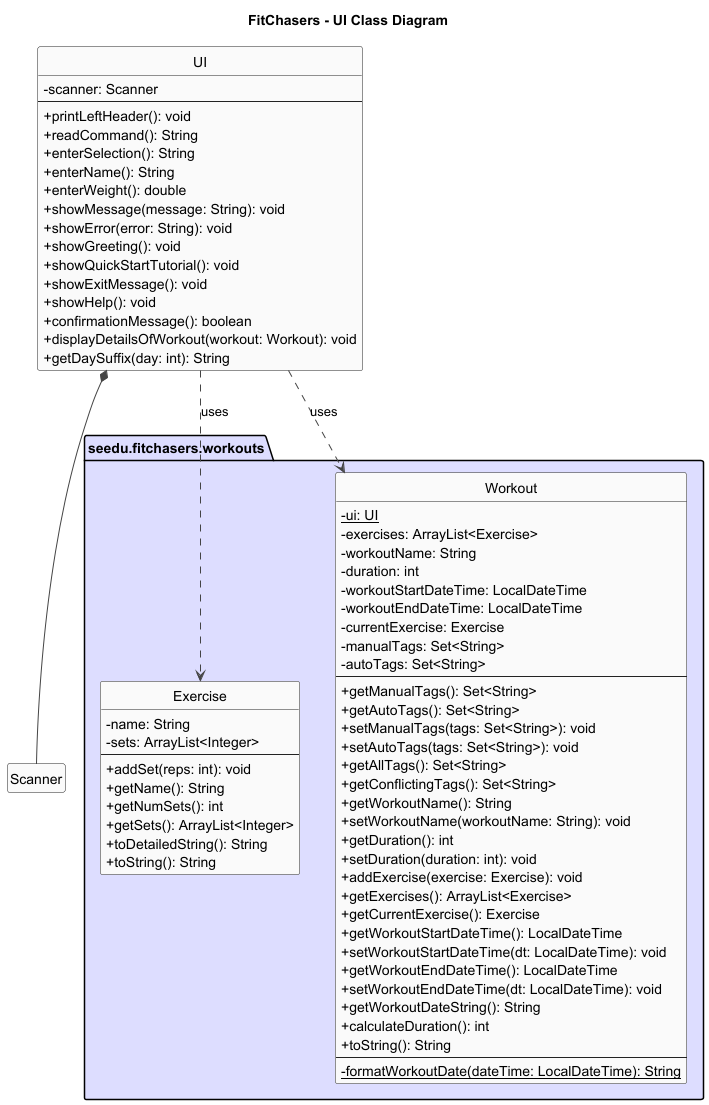
Above: docs/diagrams/UI_class_diagram.png in Exceptional-Khoi/tp (PlantUML), before the change. Source of this version:
```plantuml
@startuml
title FitChasers - UI Class Diagram

skinparam shadowing false
skinparam classAttributeIconSize 0
skinparam ArrowColor #444
skinparam ClassBorderColor #222
skinparam ClassBackgroundColor #FAFAFA
skinparam NoteBackgroundColor #fff
skinparam NoteBorderColor #aaa
skinparam stereotypeFontStyle bold
hide empty fields
hide empty methods
hide circle

class Scanner
package "seedu.fitchasers.workouts" as pkg_workouts #DDDDFF {
  class Exercise {
    - name: String
    - sets: ArrayList<Integer>
    --
    + addSet(reps: int): void
    + getName(): String
    + getNumSets(): int
    + getSets(): ArrayList<Integer>
    + toDetailedString(): String
    + toString(): String
  }

  class Workout {
    - ui: UI {static}
    - exercises: ArrayList<Exercise>
    - workoutName: String
    - duration: int
    - workoutStartDateTime: LocalDateTime
    - workoutEndDateTime: LocalDateTime
    - currentExercise: Exercise
    - manualTags: Set<String>
    - autoTags: Set<String>
    --
    + getManualTags(): Set<String>
    + getAutoTags(): Set<String>
    + setManualTags(tags: Set<String>): void
    + setAutoTags(tags: Set<String>): void
    + getAllTags(): Set<String>
    + getConflictingTags(): Set<String>
    + getWorkoutName(): String
    + setWorkoutName(workoutName: String): void
    + getDuration(): int
    + setDuration(duration: int): void
    + addExercise(exercise: Exercise): void
    + getExercises(): ArrayList<Exercise>
    + getCurrentExercise(): Exercise
    + getWorkoutStartDateTime(): LocalDateTime
    + setWorkoutStartDateTime(dt: LocalDateTime): void
    + getWorkoutEndDateTime(): LocalDateTime
    + setWorkoutEndDateTime(dt: LocalDateTime): void
    + getWorkoutDateString(): String
    + calculateDuration(): int
    + toString(): String
    --
    - formatWorkoutDate(dateTime: LocalDateTime): String {static}
  }
}

class UI {
  - scanner: Scanner
  --
  + printLeftHeader(): void
  + readCommand(): String
  + enterSelection(): String
  + enterName(): String
  + enterWeight(): double
  + showMessage(message: String): void
  + showError(error: String): void
  + showGreeting(): void
  + showQuickStartTutorial(): void
  + showExitMessage(): void
  + showHelp(): void
  + confirmationMessage(): boolean
  + displayDetailsOfWorkout(workout: Workout): void
  + getDaySuffix(day: int): String
}

UI *-- Scanner
UI ..> Workout : uses
UI ..> Exercise : uses
@enduml
```
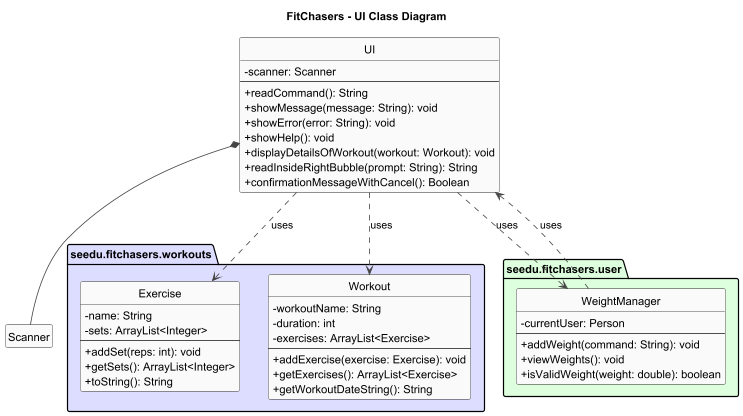
The same file after the commit.

Commit message:
Minimized UI class diagram

Change to the diagram source:
```diff
@@ -14,75 +14,54 @@
 hide circle
 
 class Scanner
+
 package "seedu.fitchasers.workouts" as pkg_workouts #DDDDFF {
   class Exercise {
     - name: String
     - sets: ArrayList<Integer>
     --
     + addSet(reps: int): void
-    + getName(): String
-    + getNumSets(): int
     + getSets(): ArrayList<Integer>
-    + toDetailedString(): String
     + toString(): String
   }
 
   class Workout {
-    - ui: UI {static}
-    - exercises: ArrayList<Exercise>
     - workoutName: String
     - duration: int
-    - workoutStartDateTime: LocalDateTime
-    - workoutEndDateTime: LocalDateTime
-    - currentExercise: Exercise
-    - manualTags: Set<String>
-    - autoTags: Set<String>
+    - exercises: ArrayList<Exercise>
     --
-    + getManualTags(): Set<String>
-    + getAutoTags(): Set<String>
-    + setManualTags(tags: Set<String>): void
-    + setAutoTags(tags: Set<String>): void
-    + getAllTags(): Set<String>
-    + getConflictingTags(): Set<String>
-    + getWorkoutName(): String
-    + setWorkoutName(workoutName: String): void
-    + getDuration(): int
-    + setDuration(duration: int): void
     + addExercise(exercise: Exercise): void
     + getExercises(): ArrayList<Exercise>
-    + getCurrentExercise(): Exercise
-    + getWorkoutStartDateTime(): LocalDateTime
-    + setWorkoutStartDateTime(dt: LocalDateTime): void
-    + getWorkoutEndDateTime(): LocalDateTime
-    + setWorkoutEndDateTime(dt: LocalDateTime): void
     + getWorkoutDateString(): String
-    + calculateDuration(): int
-    + toString(): String
+  }
+}
+
+package "seedu.fitchasers.user" as pkg_user #DDFFDD {
+  class WeightManager {
+    - currentUser: Person
     --
-    - formatWorkoutDate(dateTime: LocalDateTime): String {static}
+    + addWeight(command: String): void
+    + viewWeights(): void
+    + isValidWeight(weight: double): boolean
   }
 }
 
 class UI {
   - scanner: Scanner
   --
-  + printLeftHeader(): void
   + readCommand(): String
-  + enterSelection(): String
-  + enterName(): String
-  + enterWeight(): double
   + showMessage(message: String): void
   + showError(error: String): void
-  + showGreeting(): void
-  + showQuickStartTutorial(): void
-  + showExitMessage(): void
   + showHelp(): void
-  + confirmationMessage(): boolean
   + displayDetailsOfWorkout(workout: Workout): void
-  + getDaySuffix(day: int): String
+  + readInsideRightBubble(prompt: String): String
+  + confirmationMessageWithCancel(): Boolean
 }
 
 UI *-- Scanner
 UI ..> Workout : uses
 UI ..> Exercise : uses
+UI ..> WeightManager : uses
+
+WeightManager ..> UI : uses
 @enduml
```
